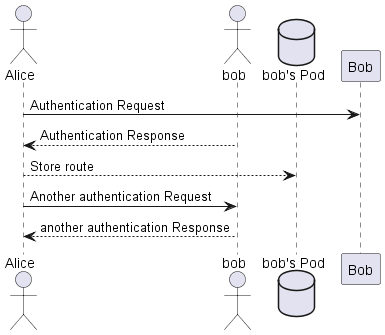
This is images/Sequence diagram.png from Arquisoft/lomap_en3b, a PlantUML export, as it was before one commit.
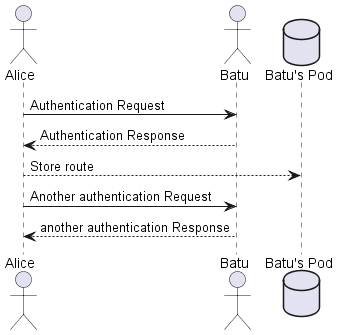
Above is the later version.

What changed in the source:
```diff
@@ -1,10 +1,10 @@
 @startuml
 actor Alice
-actor bob
-database Pod as "bob's Pod"
-Alice -> Bob: Authentication Request
-bob --> Alice: Authentication Response
+actor Batu
+database Pod as "Batu's Pod"
+Alice -> Batu: Authentication Request
+Batu --> Alice: Authentication Response
 Alice  --> Pod: Store route
-Alice ->bob: Another authentication Request
-Alice <-- bob: another authentication Response
+Alice ->Batu: Another authentication Request
+Alice <-- Batu: another authentication Response
 @enduml
```
